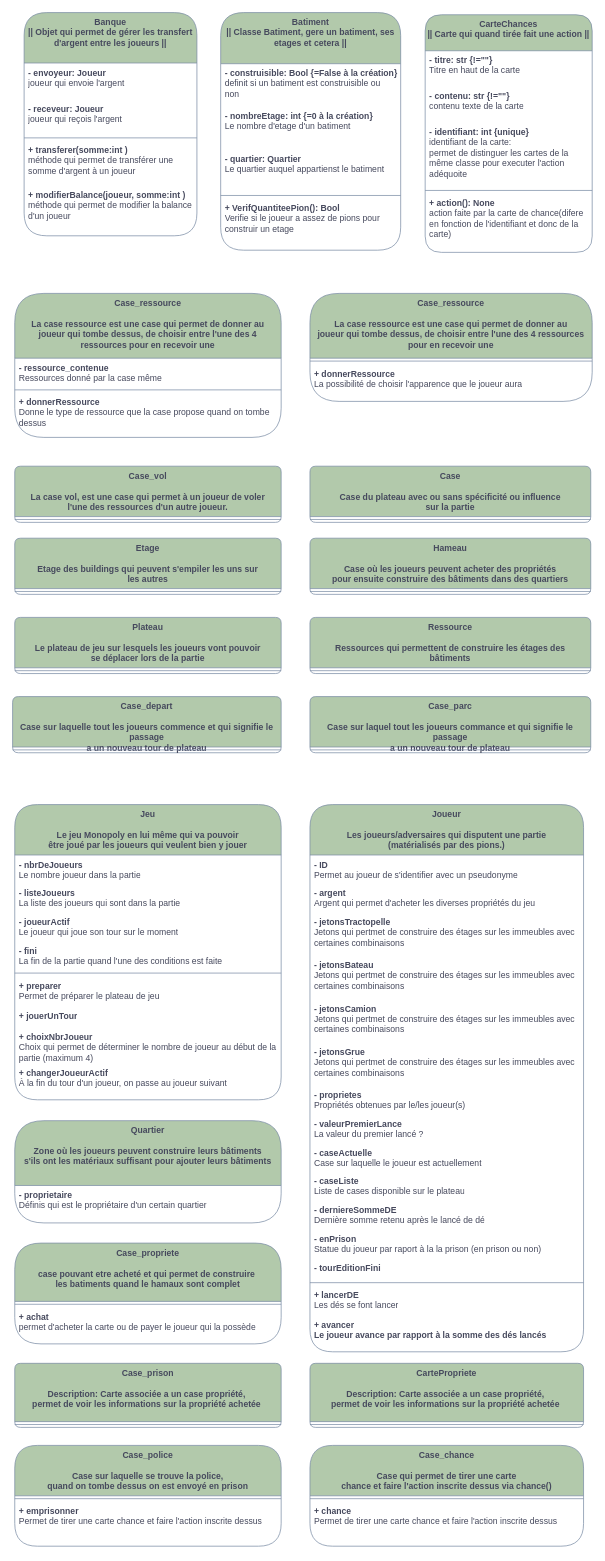
The draw.io diagram page "Classes suposée finie" (4 of 5) of B__Analyse/DiagrameDesClasses.drawio in gazhonsepaskwa/builder, before the edit. Source tidied: cells renumbered, new cells numbered last; positions are measured from the earlier drawing's top-left corner, leaving out a move shared by most shapes. Both pictures are drawn from the tidied source at 72%, with x=0, y=0 at pixel (12, 12).
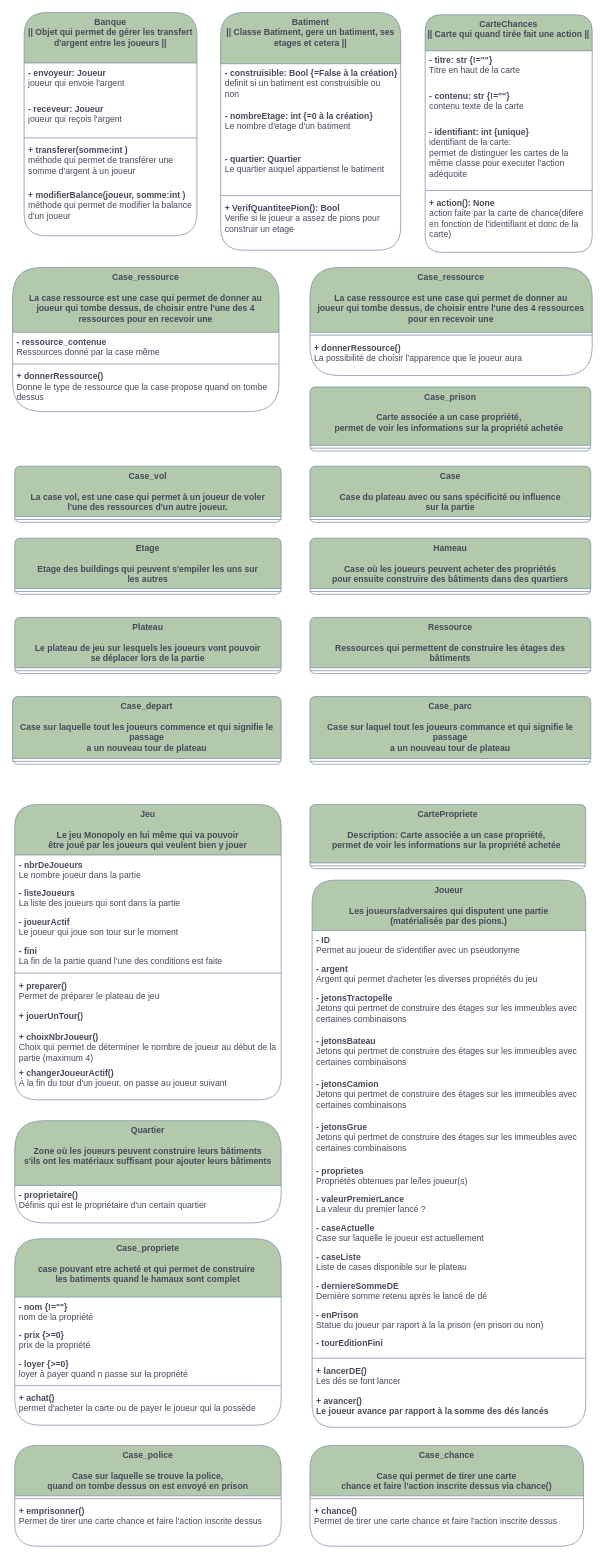
Above is the later version.

Unchanged cells that the change refers to:
```xml
<mxCell id="35" value="&lt;div&gt;Jeu&lt;/div&gt;&lt;div&gt;&lt;br&gt;&lt;/div&gt;Le jeu Monopoly en lui même qui va pouvoir&lt;br&gt;être joué par les joueurs qui veulent bien y jouer" style="swimlane;fontStyle=1;align=center;verticalAlign=top;horizontal=1;startSize=70;whiteSpace=wrap;html=1;labelBackgroundColor=none;fillColor=#B2C9AB;strokeColor=#788AA3;fontColor=#46495D;rounded=1;" parent="1" vertex="1">
  <mxGeometry x="3" y="1100" width="370" height="410" as="geometry" />
</mxCell>
<mxCell id="64" value="&lt;div&gt;Quartier&lt;/div&gt;&lt;div&gt;&lt;br&gt;&lt;/div&gt;&lt;div&gt;Zone où les joueurs peuvent construire leurs bâtiments&lt;/div&gt;s'ils ont les matériaux suffisant pour ajouter leurs bâtiments" style="swimlane;fontStyle=1;align=center;verticalAlign=top;horizontal=1;startSize=90;whiteSpace=wrap;html=1;labelBackgroundColor=none;fillColor=#B2C9AB;strokeColor=#788AA3;fontColor=#46495D;rounded=1;" parent="1" vertex="1">
  <mxGeometry x="3" y="1539" width="370" height="142" as="geometry" />
</mxCell>
<mxCell id="77" value="&lt;div&gt;Case_chance&lt;/div&gt;&lt;div&gt;&lt;br&gt;&lt;/div&gt;&lt;div&gt;Case qui permet de tirer une carte&lt;br&gt;chance et faire l'action inscrite dessus via chance()&lt;br&gt;&lt;/div&gt;&lt;div&gt;&lt;br&gt;&lt;/div&gt;" style="swimlane;fontStyle=1;align=center;verticalAlign=top;horizontal=1;startSize=70;whiteSpace=wrap;html=1;labelBackgroundColor=none;fillColor=#B2C9AB;strokeColor=#788AA3;fontColor=#46495D;rounded=1;" parent="1" vertex="1">
  <mxGeometry x="413" y="1990" width="380" height="140" as="geometry" />
</mxCell>
<mxCell id="80" value="&lt;div&gt;Case_police&lt;/div&gt;&lt;div&gt;&lt;br&gt;&lt;/div&gt;&lt;div&gt;Case sur laquelle se trouve la police,&lt;br&gt;quand on tombe dessus on est envoyé en prison&lt;br&gt;&lt;/div&gt;&lt;div&gt;&lt;br&gt;&lt;/div&gt;" style="swimlane;fontStyle=1;align=center;verticalAlign=top;horizontal=1;startSize=70;whiteSpace=wrap;html=1;labelBackgroundColor=none;fillColor=#B2C9AB;strokeColor=#788AA3;fontColor=#46495D;rounded=1;" parent="1" vertex="1">
  <mxGeometry x="3" y="1990" width="370" height="140" as="geometry" />
</mxCell>
```

What changed in the source:
```diff
@@
     <mxCell id="20" value="Case_ressource&lt;br&gt;&lt;br&gt;&lt;div&gt;La case ressource est une case qui permet de donner au&lt;/div&gt;&lt;div&gt;joueur qui tombe dessus, de choisir entre l'une des 4 ressources pour&amp;nbsp;&lt;span style=&quot;background-color: initial;&quot;&gt;en recevoir une&lt;/span&gt;&lt;/div&gt;" style="swimlane;fontStyle=1;align=center;verticalAlign=top;horizontal=1;startSize=90;whiteSpace=wrap;html=1;labelBackgroundColor=none;fillColor=#B2C9AB;strokeColor=#788AA3;fontColor=#46495D;rounded=1;" parent="1" vertex="1">
-      <mxGeometry x="3" y="390" width="370" height="200" as="geometry" />
+      <mxGeometry y="354" width="370" height="200" as="geometry" />
     </mxCell>
@@
-    <mxCell id="23" value="&lt;div&gt;&lt;b&gt;+ donnerRessource&lt;/b&gt;&lt;/div&gt;&lt;div&gt;Donne le type de ressource que la case propose quand on tombe dessus&lt;/div&gt;" style="text;strokeColor=none;fillColor=none;align=left;verticalAlign=top;spacingLeft=4;spacingRight=4;overflow=hidden;whiteSpace=wrap;html=1;labelBackgroundColor=none;fontColor=#46495D;rounded=1;" parent="20" vertex="1">
+    <mxCell id="23" value="&lt;div&gt;&lt;b&gt;+ donnerRessource()&lt;/b&gt;&lt;/div&gt;&lt;div&gt;Donne le type de ressource que la case propose quand on tombe dessus&lt;/div&gt;" style="text;strokeColor=none;fillColor=none;align=left;verticalAlign=top;spacingLeft=4;spacingRight=4;overflow=hidden;whiteSpace=wrap;html=1;labelBackgroundColor=none;fontColor=#46495D;rounded=1;" parent="20" vertex="1">
       <mxGeometry y="138" width="370" height="62" as="geometry" />
     </mxCell>
@@
     <mxCell id="30" value="Case_ressource&lt;br&gt;&lt;br&gt;&lt;div&gt;La case ressource est une case qui permet de donner au&lt;/div&gt;&lt;div&gt;joueur qui tombe dessus, de choisir entre l'une des 4 ressources pour&amp;nbsp;&lt;span style=&quot;background-color: initial;&quot;&gt;en recevoir une&lt;/span&gt;&lt;/div&gt;" style="swimlane;fontStyle=1;align=center;verticalAlign=top;horizontal=1;startSize=90;whiteSpace=wrap;html=1;labelBackgroundColor=none;fillColor=#B2C9AB;strokeColor=#788AA3;fontColor=#46495D;rounded=1;" parent="1" vertex="1">
-      <mxGeometry x="413" y="390" width="392" height="150" as="geometry" />
+      <mxGeometry x="413" y="354" width="392" height="150" as="geometry" />
     </mxCell>
@@
-    <mxCell id="32" value="&lt;div&gt;&lt;b&gt;+ donnerRessource&lt;/b&gt;&lt;/div&gt;&lt;div&gt;La possibilité de choisir l'apparence que le joueur aura&lt;br&gt;&lt;br&gt;&lt;/div&gt;" style="text;strokeColor=none;fillColor=none;align=left;verticalAlign=top;spacingLeft=4;spacingRight=4;overflow=hidden;whiteSpace=wrap;html=1;labelBackgroundColor=none;fontColor=#46495D;rounded=1;" parent="30" vertex="1">
+    <mxCell id="32" value="&lt;div&gt;&lt;b&gt;+ donnerRessource()&lt;/b&gt;&lt;/div&gt;&lt;div&gt;La possibilité de choisir l'apparence que le joueur aura&lt;br&gt;&lt;br&gt;&lt;/div&gt;" style="text;strokeColor=none;fillColor=none;align=left;verticalAlign=top;spacingLeft=4;spacingRight=4;overflow=hidden;whiteSpace=wrap;html=1;labelBackgroundColor=none;fontColor=#46495D;rounded=1;" parent="30" vertex="1">
       <mxGeometry y="98" width="392" height="52" as="geometry" />
     </mxCell>
@@
-    <mxCell id="41" value="&lt;div&gt;&lt;b&gt;+ preparer&lt;br&gt;&lt;/b&gt;&lt;/div&gt;&lt;div&gt;Permet de préparer le plateau de jeu&lt;/div&gt;" style="text;strokeColor=none;fillColor=none;align=left;verticalAlign=top;spacingLeft=4;spacingRight=4;overflow=hidden;whiteSpace=wrap;html=1;labelBackgroundColor=none;fontColor=#46495D;rounded=1;" parent="35" vertex="1">
+    <mxCell id="41" value="&lt;div&gt;&lt;b&gt;+ preparer()&lt;br&gt;&lt;/b&gt;&lt;/div&gt;&lt;div&gt;Permet de préparer le plateau de jeu&lt;/div&gt;" style="text;strokeColor=none;fillColor=none;align=left;verticalAlign=top;spacingLeft=4;spacingRight=4;overflow=hidden;whiteSpace=wrap;html=1;labelBackgroundColor=none;fontColor=#46495D;rounded=1;" parent="35" vertex="1">
       <mxGeometry y="238" width="370" height="42" as="geometry" />
     </mxCell>
-    <mxCell id="42" value="&lt;div&gt;&lt;b&gt;+ jouerUnTour&lt;br&gt;&lt;/b&gt;&lt;/div&gt;&lt;div&gt;&lt;br&gt;&lt;/div&gt;" style="text;strokeColor=none;fillColor=none;align=left;verticalAlign=top;spacingLeft=4;spacingRight=4;overflow=hidden;whiteSpace=wrap;html=1;labelBackgroundColor=none;fontColor=#46495D;rounded=1;" parent="35" vertex="1">
+    <mxCell id="42" value="&lt;div&gt;&lt;b&gt;+ jouerUnTour()&lt;br&gt;&lt;/b&gt;&lt;/div&gt;&lt;div&gt;&lt;br&gt;&lt;/div&gt;" style="text;strokeColor=none;fillColor=none;align=left;verticalAlign=top;spacingLeft=4;spacingRight=4;overflow=hidden;whiteSpace=wrap;html=1;labelBackgroundColor=none;fontColor=#46495D;rounded=1;" parent="35" vertex="1">
       <mxGeometry y="280" width="370" height="30" as="geometry" />
     </mxCell>
-    <mxCell id="43" value="&lt;div&gt;&lt;b&gt;+ choixNbrJoueur&lt;br&gt;&lt;/b&gt;&lt;/div&gt;&lt;div&gt;Choix qui permet de déterminer le nombre de joueur au début de la partie (maximum 4)&lt;/div&gt;" style="text;strokeColor=none;fillColor=none;align=left;verticalAlign=top;spacingLeft=4;spacingRight=4;overflow=hidden;whiteSpace=wrap;html=1;labelBackgroundColor=none;fontColor=#46495D;rounded=1;" parent="35" vertex="1">
+    <mxCell id="43" value="&lt;div&gt;&lt;b&gt;+ choixNbrJoueur()&lt;br&gt;&lt;/b&gt;&lt;/div&gt;&lt;div&gt;Choix qui permet de déterminer le nombre de joueur au début de la partie (maximum 4)&lt;/div&gt;" style="text;strokeColor=none;fillColor=none;align=left;verticalAlign=top;spacingLeft=4;spacingRight=4;overflow=hidden;whiteSpace=wrap;html=1;labelBackgroundColor=none;fontColor=#46495D;rounded=1;" parent="35" vertex="1">
       <mxGeometry y="310" width="370" height="50" as="geometry" />
     </mxCell>
-    <mxCell id="44" value="&lt;div&gt;&lt;b&gt;+ changerJoueurActif&lt;br&gt;&lt;/b&gt;&lt;/div&gt;&lt;div&gt;À la fin du tour d'un joueur, on passe au joueur suivant&lt;/div&gt;" style="text;strokeColor=none;fillColor=none;align=left;verticalAlign=top;spacingLeft=4;spacingRight=4;overflow=hidden;whiteSpace=wrap;html=1;labelBackgroundColor=none;fontColor=#46495D;rounded=1;" parent="35" vertex="1">
+    <mxCell id="44" value="&lt;div&gt;&lt;b&gt;+ changerJoueurActif()&lt;br&gt;&lt;/b&gt;&lt;/div&gt;&lt;div&gt;À la fin du tour d'un joueur, on passe au joueur suivant&lt;/div&gt;" style="text;strokeColor=none;fillColor=none;align=left;verticalAlign=top;spacingLeft=4;spacingRight=4;overflow=hidden;whiteSpace=wrap;html=1;labelBackgroundColor=none;fontColor=#46495D;rounded=1;" parent="35" vertex="1">
       <mxGeometry y="360" width="370" height="50" as="geometry" />
     </mxCell>
     <mxCell id="45" value="&lt;div&gt;Joueur&lt;/div&gt;&lt;div&gt;&lt;br&gt;&lt;/div&gt;Les joueurs/adversaires qui disputent une partie&lt;br&gt;(matérialisés par des pions.)" style="swimlane;fontStyle=1;align=center;verticalAlign=top;horizontal=1;startSize=70;whiteSpace=wrap;html=1;labelBackgroundColor=none;fillColor=#B2C9AB;strokeColor=#788AA3;fontColor=#46495D;rounded=1;" parent="1" vertex="1">
-      <mxGeometry x="413" y="1100" width="380" height="760" as="geometry" />
+      <mxGeometry x="416" y="1205" width="380" height="760" as="geometry" />
     </mxCell>
@@
-    <mxCell id="60" value="&lt;div&gt;&lt;b&gt;+ lancerDE&lt;br&gt;&lt;/b&gt;&lt;/div&gt;&lt;div&gt;Les dés se font lancer&lt;/div&gt;" style="text;strokeColor=none;fillColor=none;align=left;verticalAlign=top;spacingLeft=4;spacingRight=4;overflow=hidden;whiteSpace=wrap;html=1;labelBackgroundColor=none;fontColor=#46495D;rounded=1;" parent="45" vertex="1">
+    <mxCell id="60" value="&lt;div&gt;&lt;b&gt;+ lancerDE()&lt;br&gt;&lt;/b&gt;&lt;/div&gt;&lt;div&gt;Les dés se font lancer&lt;/div&gt;" style="text;strokeColor=none;fillColor=none;align=left;verticalAlign=top;spacingLeft=4;spacingRight=4;overflow=hidden;whiteSpace=wrap;html=1;labelBackgroundColor=none;fontColor=#46495D;rounded=1;" parent="45" vertex="1">
       <mxGeometry y="668" width="380" height="42" as="geometry" />
     </mxCell>
-    <mxCell id="61" value="&lt;div&gt;&lt;b&gt;+ avancer&lt;/b&gt;&lt;/div&gt;&lt;div&gt;&lt;b&gt;Le joueur avance par rapport à la somme des dés lancés&lt;br&gt;&lt;/b&gt;&lt;/div&gt;&lt;div&gt;&lt;br&gt;&lt;/div&gt;" style="text;strokeColor=none;fillColor=none;align=left;verticalAlign=top;spacingLeft=4;spacingRight=4;overflow=hidden;whiteSpace=wrap;html=1;labelBackgroundColor=none;fontColor=#46495D;rounded=1;" parent="45" vertex="1">
+    <mxCell id="61" value="&lt;div&gt;&lt;b&gt;+ avancer()&lt;/b&gt;&lt;/div&gt;&lt;div&gt;&lt;b&gt;Le joueur avance par rapport à la somme des dés lancés&lt;br&gt;&lt;/b&gt;&lt;/div&gt;&lt;div&gt;&lt;br&gt;&lt;/div&gt;" style="text;strokeColor=none;fillColor=none;align=left;verticalAlign=top;spacingLeft=4;spacingRight=4;overflow=hidden;whiteSpace=wrap;html=1;labelBackgroundColor=none;fontColor=#46495D;rounded=1;" parent="45" vertex="1">
       <mxGeometry y="710" width="380" height="50" as="geometry" />
     </mxCell>
@@
-    <mxCell id="65" value="&lt;div&gt;&lt;b&gt;- proprietaire&lt;br&gt;&lt;/b&gt;&lt;/div&gt;&lt;div&gt;Définis qui est le propriétaire d'un certain quartier&lt;br&gt;&lt;br&gt;&lt;/div&gt;" style="text;strokeColor=none;fillColor=none;align=left;verticalAlign=top;spacingLeft=4;spacingRight=4;overflow=hidden;whiteSpace=wrap;html=1;labelBackgroundColor=none;fontColor=#46495D;rounded=1;" parent="64" vertex="1">
+    <mxCell id="65" value="&lt;div&gt;&lt;b&gt;- proprietaire()&lt;br&gt;&lt;/b&gt;&lt;/div&gt;&lt;div&gt;Définis qui est le propriétaire d'un certain quartier&lt;br&gt;&lt;br&gt;&lt;/div&gt;" style="text;strokeColor=none;fillColor=none;align=left;verticalAlign=top;spacingLeft=4;spacingRight=4;overflow=hidden;whiteSpace=wrap;html=1;labelBackgroundColor=none;fontColor=#46495D;rounded=1;" parent="64" vertex="1">
       <mxGeometry y="90" width="370" height="52" as="geometry" />
     </mxCell>
@@
     <mxCell id="68" value="Case_propriete&lt;br&gt;&lt;br&gt;&lt;div&gt;&lt;div&gt;case pouvant etre acheté et qui permet de construire&amp;nbsp;&lt;/div&gt;&lt;div&gt;les batiments quand le hamaux sont complet&lt;/div&gt;&lt;/div&gt;&lt;div&gt;&lt;br&gt;&lt;/div&gt;" style="swimlane;fontStyle=1;align=center;verticalAlign=top;horizontal=1;startSize=81;whiteSpace=wrap;html=1;labelBackgroundColor=none;fillColor=#B2C9AB;strokeColor=#788AA3;fontColor=#46495D;rounded=1;" parent="1" vertex="1">
-      <mxGeometry x="3" y="1709" width="370" height="140" as="geometry" />
+      <mxGeometry x="3" y="1703" width="370" height="259" as="geometry" />
     </mxCell>
+    <mxCell id="85" value="&lt;div&gt;&lt;b&gt;- nom {!=&quot;&quot;}&lt;br&gt;&lt;/b&gt;&lt;/div&gt;&lt;div&gt;nom de la propriété&lt;br&gt;&lt;br&gt;&lt;/div&gt;" style="text;strokeColor=none;fillColor=none;align=left;verticalAlign=top;spacingLeft=4;spacingRight=4;overflow=hidden;whiteSpace=wrap;html=1;labelBackgroundColor=none;fontColor=#46495D;rounded=1;" parent="68" vertex="1">
+      <mxGeometry y="81" width="370" height="39" as="geometry" />
+    </mxCell>
+    <mxCell id="86" value="&lt;div&gt;&lt;b&gt;- prix {&amp;gt;=0}&lt;br&gt;&lt;/b&gt;&lt;/div&gt;&lt;div&gt;prix de la propriété&lt;br&gt;&lt;br&gt;&lt;/div&gt;" style="text;strokeColor=none;fillColor=none;align=left;verticalAlign=top;spacingLeft=4;spacingRight=4;overflow=hidden;whiteSpace=wrap;html=1;labelBackgroundColor=none;fontColor=#46495D;rounded=1;" parent="68" vertex="1">
+      <mxGeometry y="120" width="370" height="40" as="geometry" />
+    </mxCell>
+    <mxCell id="87" value="&lt;div&gt;&lt;b&gt;- loyer {&amp;gt;=0}&lt;br&gt;&lt;/b&gt;&lt;/div&gt;&lt;div&gt;loyer à payer quand n passe sur la propriété&lt;br&gt;&lt;br&gt;&lt;/div&gt;" style="text;strokeColor=none;fillColor=none;align=left;verticalAlign=top;spacingLeft=4;spacingRight=4;overflow=hidden;whiteSpace=wrap;html=1;labelBackgroundColor=none;fontColor=#46495D;rounded=1;" parent="68" vertex="1">
+      <mxGeometry y="160" width="370" height="40" as="geometry" />
+    </mxCell>
     <mxCell id="69" style="line;strokeWidth=1;fillColor=none;align=left;verticalAlign=middle;spacingTop=-1;spacingLeft=3;spacingRight=3;labelPosition=right;strokeColor=#788AA3;labelBackgroundColor=none;fontColor=#46495D;rounded=1;" parent="68" vertex="1">
-      <mxGeometry y="81" width="370" height="8" as="geometry" />
+      <mxGeometry y="200" width="370" height="8" as="geometry" />
     </mxCell>
-    <mxCell id="70" value="&lt;div&gt;&lt;b&gt;+ achat&lt;/b&gt;&lt;/div&gt;&lt;div&gt;permet d'acheter la carte ou de payer le joueur qui la possède&lt;/div&gt;" style="text;strokeColor=none;fillColor=none;align=left;verticalAlign=top;spacingLeft=4;spacingRight=4;overflow=hidden;whiteSpace=wrap;html=1;labelBackgroundColor=none;fontColor=#46495D;rounded=1;" parent="68" vertex="1">
-      <mxGeometry y="89" width="370" height="51" as="geometry" />
+    <mxCell id="70" value="&lt;div&gt;&lt;b&gt;+ achat()&lt;/b&gt;&lt;/div&gt;&lt;div&gt;permet d'acheter la carte ou de payer le joueur qui la possède&lt;/div&gt;" style="text;strokeColor=none;fillColor=none;align=left;verticalAlign=top;spacingLeft=4;spacingRight=4;overflow=hidden;whiteSpace=wrap;html=1;labelBackgroundColor=none;fontColor=#46495D;rounded=1;" parent="68" vertex="1">
+      <mxGeometry y="208" width="370" height="51" as="geometry" />
     </mxCell>
-    <mxCell id="71" value="Case_prison&lt;br&gt;&lt;br&gt;&lt;div&gt;&lt;div&gt;Description: Carte associée a un case propriété,&amp;nbsp;&lt;/div&gt;&lt;div&gt;permet de voir les informations sur la propriété achetée&amp;nbsp;&lt;/div&gt;&lt;/div&gt;&lt;div&gt;&lt;br&gt;&lt;/div&gt;" style="swimlane;fontStyle=1;align=center;verticalAlign=top;horizontal=1;startSize=81;whiteSpace=wrap;html=1;labelBackgroundColor=none;fillColor=#B2C9AB;strokeColor=#788AA3;fontColor=#46495D;rounded=1;" parent="1" vertex="1">
-      <mxGeometry x="3" y="1876" width="370" height="89" as="geometry" />
+    <mxCell id="71" value="Case_prison&lt;br&gt;&lt;br&gt;&lt;div&gt;&lt;div&gt;Carte associée a un case propriété,&amp;nbsp;&lt;/div&gt;&lt;div&gt;permet de voir les informations sur la propriété achetée&amp;nbsp;&lt;/div&gt;&lt;/div&gt;&lt;div&gt;&lt;br&gt;&lt;/div&gt;" style="swimlane;fontStyle=1;align=center;verticalAlign=top;horizontal=1;startSize=81;whiteSpace=wrap;html=1;labelBackgroundColor=none;fillColor=#B2C9AB;strokeColor=#788AA3;fontColor=#46495D;rounded=1;" parent="1" vertex="1">
+      <mxGeometry x="413" y="520" width="390" height="89" as="geometry" />
     </mxCell>
     <mxCell id="72" style="line;strokeWidth=1;fillColor=none;align=left;verticalAlign=middle;spacingTop=-1;spacingLeft=3;spacingRight=3;labelPosition=right;strokeColor=#788AA3;labelBackgroundColor=none;fontColor=#46495D;rounded=1;" parent="71" vertex="1">
-      <mxGeometry y="81" width="370" height="8" as="geometry" />
+      <mxGeometry y="81" width="390" height="8" as="geometry" />
     </mxCell>
-    <mxCell id="73" value="&lt;div&gt;Case_depart&lt;/div&gt;&lt;br&gt;Case sur laquelle tout les joueurs commence et qui signifie le passage &lt;br&gt;a un nouveau tour de plateau" style="swimlane;fontStyle=1;align=center;verticalAlign=top;horizontal=1;startSize=70;whiteSpace=wrap;html=1;labelBackgroundColor=none;fillColor=#B2C9AB;strokeColor=#788AA3;fontColor=#46495D;rounded=1;" parent="1" vertex="1">
-      <mxGeometry y="950" width="373" height="78" as="geometry" />
+    <mxCell id="73" value="&lt;div&gt;Case_depart&lt;/div&gt;&lt;br&gt;Case sur laquelle tout les joueurs commence et qui signifie le passage &lt;br&gt;a un nouveau tour de plateau" style="swimlane;fontStyle=1;align=center;verticalAlign=top;horizontal=1;startSize=86;whiteSpace=wrap;html=1;labelBackgroundColor=none;fillColor=#B2C9AB;strokeColor=#788AA3;fontColor=#46495D;rounded=1;" parent="1" vertex="1">
+      <mxGeometry y="950" width="373" height="94" as="geometry" />
     </mxCell>
     <mxCell id="74" style="line;strokeWidth=1;fillColor=none;align=left;verticalAlign=middle;spacingTop=-1;spacingLeft=3;spacingRight=3;labelPosition=right;strokeColor=#788AA3;labelBackgroundColor=none;fontColor=#46495D;rounded=1;" parent="73" vertex="1">
-      <mxGeometry y="70" width="373" height="8" as="geometry" />
+      <mxGeometry y="86" width="373" height="8" as="geometry" />
     </mxCell>
-    <mxCell id="75" value="&lt;div&gt;Case_parc&lt;/div&gt;&lt;br&gt;Case sur laquel tout les joueurs commance et qui signifie le passage &lt;br&gt;a un nouveau tour de plateau" style="swimlane;fontStyle=1;align=center;verticalAlign=top;horizontal=1;startSize=70;whiteSpace=wrap;html=1;labelBackgroundColor=none;fillColor=#B2C9AB;strokeColor=#788AA3;fontColor=#46495D;rounded=1;" parent="1" vertex="1">
-      <mxGeometry x="413" y="950" width="390" height="78" as="geometry" />
+    <mxCell id="75" value="&lt;div&gt;Case_parc&lt;/div&gt;&lt;br&gt;Case sur laquel tout les joueurs commance et qui signifie le passage &lt;br&gt;a un nouveau tour de plateau" style="swimlane;fontStyle=1;align=center;verticalAlign=top;horizontal=1;startSize=86;whiteSpace=wrap;html=1;labelBackgroundColor=none;fillColor=#B2C9AB;strokeColor=#788AA3;fontColor=#46495D;rounded=1;" parent="1" vertex="1">
+      <mxGeometry x="413" y="950" width="390" height="94" as="geometry" />
     </mxCell>
     <mxCell id="76" style="line;strokeWidth=1;fillColor=none;align=left;verticalAlign=middle;spacingTop=-1;spacingLeft=3;spacingRight=3;labelPosition=right;strokeColor=#788AA3;labelBackgroundColor=none;fontColor=#46495D;rounded=1;" parent="75" vertex="1">
-      <mxGeometry y="70" width="390" height="8" as="geometry" />
+      <mxGeometry y="86" width="390" height="8" as="geometry" />
     </mxCell>
@@
-    <mxCell id="79" value="&lt;div&gt;&lt;b&gt;+ chance &lt;br&gt;&lt;/b&gt;&lt;/div&gt;&lt;div&gt;Permet de tirer une carte chance et faire l'action inscrite dessus&lt;/div&gt;" style="text;strokeColor=none;fillColor=none;align=left;verticalAlign=top;spacingLeft=4;spacingRight=4;overflow=hidden;whiteSpace=wrap;html=1;labelBackgroundColor=none;fontColor=#46495D;rounded=1;" parent="77" vertex="1">
+    <mxCell id="79" value="&lt;div&gt;&lt;b&gt;+ chance()&lt;br&gt;&lt;/b&gt;&lt;/div&gt;&lt;div&gt;Permet de tirer une carte chance et faire l'action inscrite dessus&lt;/div&gt;" style="text;strokeColor=none;fillColor=none;align=left;verticalAlign=top;spacingLeft=4;spacingRight=4;overflow=hidden;whiteSpace=wrap;html=1;labelBackgroundColor=none;fontColor=#46495D;rounded=1;" parent="77" vertex="1">
       <mxGeometry y="78" width="380" height="62" as="geometry" />
     </mxCell>
@@
-    <mxCell id="82" value="&lt;div&gt;&lt;b&gt;+ emprisonner&lt;br&gt;&lt;/b&gt;&lt;/div&gt;&lt;div&gt;Permet de tirer une carte chance et faire l'action inscrite dessus&lt;/div&gt;" style="text;strokeColor=none;fillColor=none;align=left;verticalAlign=top;spacingLeft=4;spacingRight=4;overflow=hidden;whiteSpace=wrap;html=1;labelBackgroundColor=none;fontColor=#46495D;rounded=1;" parent="80" vertex="1">
+    <mxCell id="82" value="&lt;div&gt;&lt;b&gt;+ emprisonner()&lt;br&gt;&lt;/b&gt;&lt;/div&gt;&lt;div&gt;Permet de tirer une carte chance et faire l'action inscrite dessus&lt;/div&gt;" style="text;strokeColor=none;fillColor=none;align=left;verticalAlign=top;spacingLeft=4;spacingRight=4;overflow=hidden;whiteSpace=wrap;html=1;labelBackgroundColor=none;fontColor=#46495D;rounded=1;" parent="80" vertex="1">
       <mxGeometry y="78" width="370" height="62" as="geometry" />
     </mxCell>
     <mxCell id="83" value="CartePropriete&lt;br&gt;&lt;br&gt;&lt;div&gt;&lt;div&gt;Description: Carte associée a un case propriété,&amp;nbsp;&lt;/div&gt;&lt;div&gt;permet de voir les informations sur la propriété achetée&amp;nbsp;&lt;/div&gt;&lt;/div&gt;&lt;div&gt;&lt;br&gt;&lt;/div&gt;" style="swimlane;fontStyle=1;align=center;verticalAlign=top;horizontal=1;startSize=81;whiteSpace=wrap;html=1;labelBackgroundColor=none;fillColor=#B2C9AB;strokeColor=#788AA3;fontColor=#46495D;rounded=1;" parent="1" vertex="1">
-      <mxGeometry x="413" y="1876" width="380" height="89" as="geometry" />
+      <mxGeometry x="413" y="1100" width="383" height="89" as="geometry" />
     </mxCell>
     <mxCell id="84" style="line;strokeWidth=1;fillColor=none;align=left;verticalAlign=middle;spacingTop=-1;spacingLeft=3;spacingRight=3;labelPosition=right;strokeColor=#788AA3;labelBackgroundColor=none;fontColor=#46495D;rounded=1;" parent="83" vertex="1">
-      <mxGeometry y="81" width="380" height="8" as="geometry" />
+      <mxGeometry y="81" width="383" height="8" as="geometry" />
     </mxCell>
```
